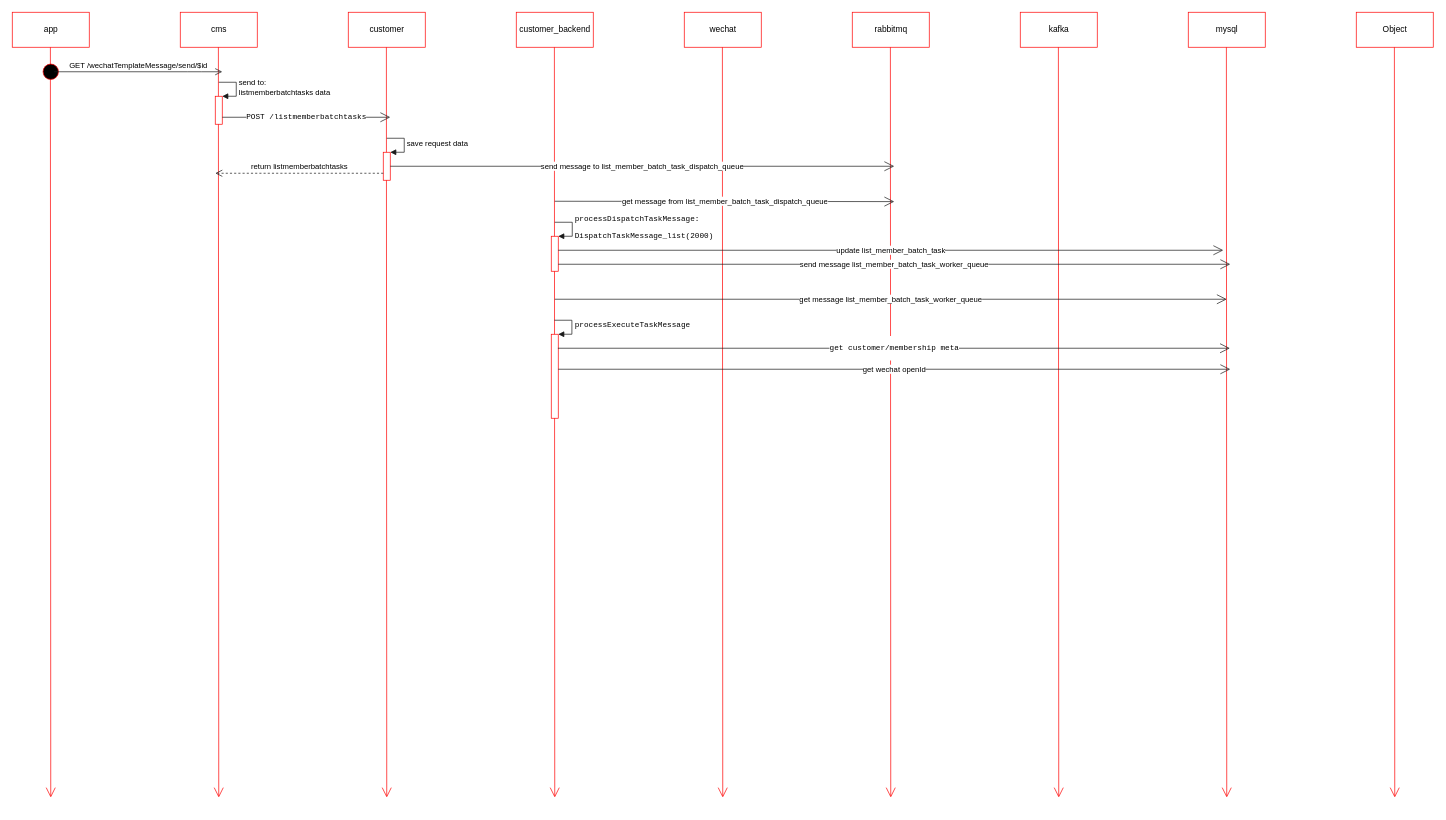
zqy16/Test keeps this draw.io diagram as Untitled Diagram.drawio. Above is the earlier version. Source tidied: cells renumbered, new cells numbered last; positions are measured from the earlier drawing's top-left corner, leaving out a move shared by most shapes. Both pictures are drawn from the tidied source at 70%, with x=0, y=0 at pixel (12, 12).
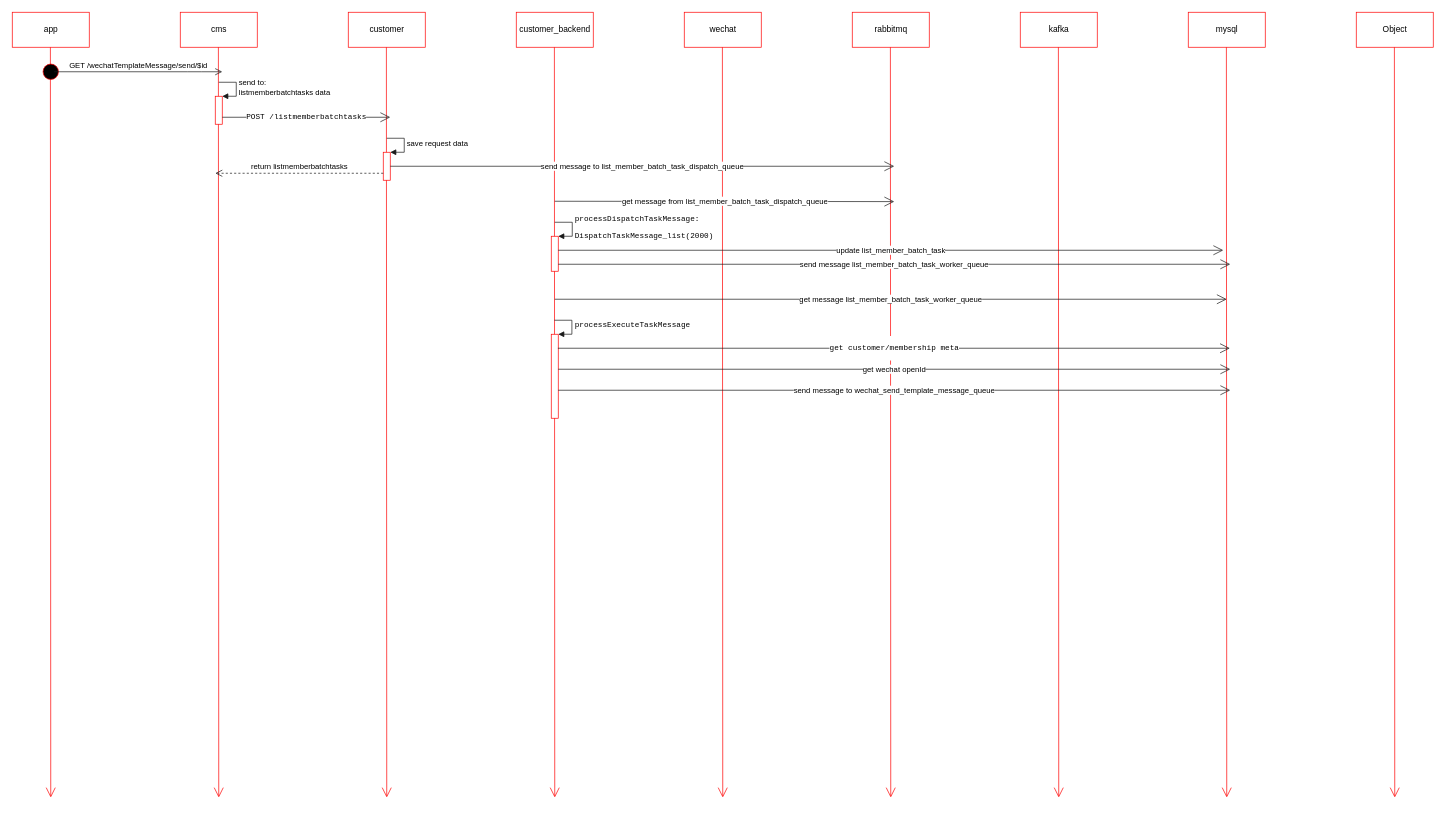
After the change.

Change to the diagram source:
```diff
@@
+    <mxCell id="39" value="send message to&amp;nbsp;wechat_send_template_message_queue" style="endArrow=open;endFill=1;endSize=12;html=1;strokeColor=#1A1A1A;" parent="1" edge="1">
+      <mxGeometry relative="1" as="geometry">
+        <mxPoint x="780" y="540" as="sourcePoint" />
+        <mxPoint x="1740" y="540" as="targetPoint" />
+      </mxGeometry>
+    </mxCell>
```
